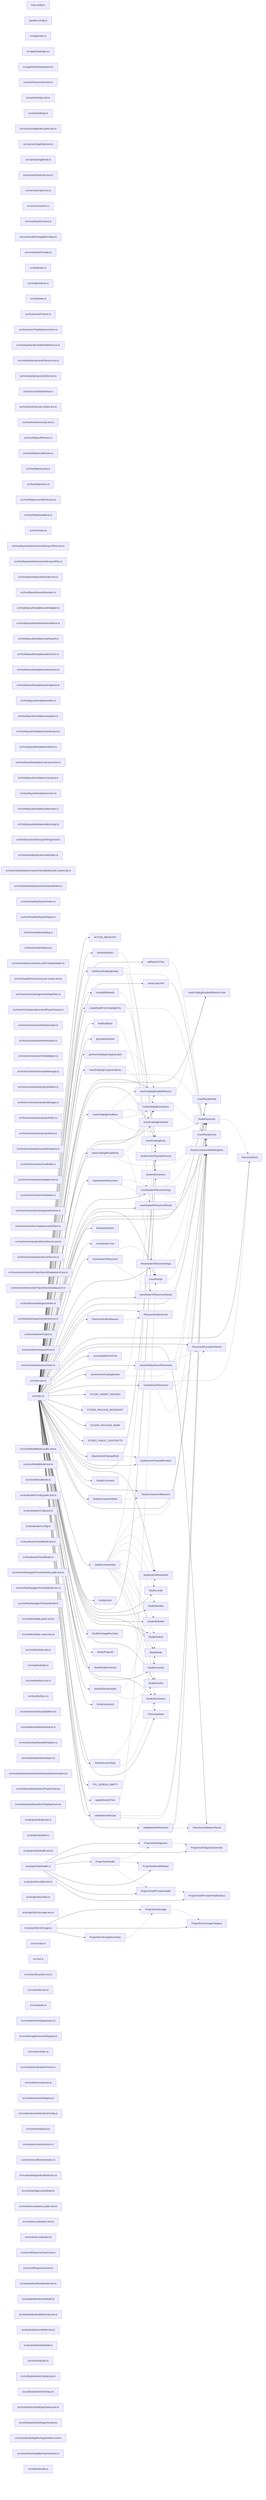
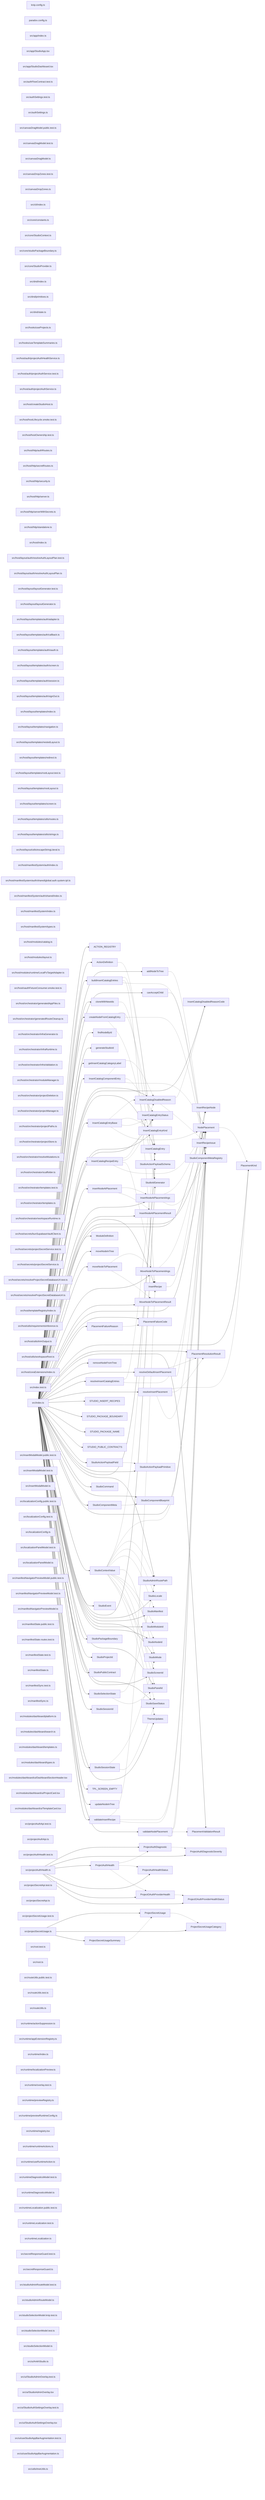
graph LR
  module_knip_config_ts["knip.config.ts"]
  module_paradox_config_ts["paradox.config.ts"]
  module_src_app_index_ts["src/app/index.ts"]
  module_src_app_StudioApp_tsx["src/app/StudioApp.tsx"]
  module_src_app_StudioDashboard_tsx["src/app/StudioDashboard.tsx"]
  module_src_authFlowContract_test_ts["src/authFlowContract.test.ts"]
  module_src_authSettings_test_ts["src/authSettings.test.ts"]
  module_src_authSettings_ts["src/authSettings.ts"]
  module_src_canvasDragModel_public_test_ts["src/canvasDragModel.public.test.ts"]
  module_src_canvasDragModel_test_ts["src/canvasDragModel.test.ts"]
  module_src_canvasDragModel_ts["src/canvasDragModel.ts"]
  module_src_canvasDropZones_test_ts["src/canvasDropZones.test.ts"]
  module_src_canvasDropZones_ts["src/canvasDropZones.ts"]
+   module_src_cli_index_ts["src/cli/index.ts"]
  module_src_core_constants_ts["src/core/constants.ts"]
  module_src_core_StudioContext_ts["src/core/StudioContext.ts"]
  module_src_core_studioPackageBoundary_ts["src/core/studioPackageBoundary.ts"]
  module_src_core_StudioProvider_ts["src/core/StudioProvider.ts"]
  module_src_dnd_index_ts["src/dnd/index.ts"]
  module_src_dnd_primitives_ts["src/dnd/primitives.ts"]
  module_src_dnd_state_ts["src/dnd/state.ts"]
  module_src_hooks_useProjects_ts["src/hooks/useProjects.ts"]
  module_src_hooks_useTemplateSummaries_ts["src/hooks/useTemplateSummaries.ts"]
  module_src_host_auth_projectAuthHealthService_ts["src/host/auth/projectAuthHealthService.ts"]
  module_src_host_auth_projectAuthService_test_ts["src/host/auth/projectAuthService.test.ts"]
  module_src_host_auth_projectAuthService_ts["src/host/auth/projectAuthService.ts"]
  module_src_host_createStudioHost_ts["src/host/createStudioHost.ts"]
  module_src_host_hostLifecycle_smoke_test_ts["src/host/hostLifecycle.smoke.test.ts"]
  module_src_host_hostOwnership_test_ts["src/host/hostOwnership.test.ts"]
  module_src_host_http_authRoutes_ts["src/host/http/authRoutes.ts"]
  module_src_host_http_secretRoutes_ts["src/host/http/secretRoutes.ts"]
  module_src_host_http_security_ts["src/host/http/security.ts"]
  module_src_host_http_server_ts["src/host/http/server.ts"]
  module_src_host_http_serverWithSecrets_ts["src/host/http/serverWithSecrets.ts"]
  module_src_host_http_standalone_ts["src/host/http/standalone.ts"]
  module_src_host_index_ts["src/host/index.ts"]
  module_src_host_layout_auth_resolveAuthLayoutPlan_test_ts["src/host/layout/auth/resolveAuthLayoutPlan.test.ts"]
  module_src_host_layout_auth_resolveAuthLayoutPlan_ts["src/host/layout/auth/resolveAuthLayoutPlan.ts"]
  module_src_host_layout_layoutGenerator_test_ts["src/host/layout/layoutGenerator.test.ts"]
  module_src_host_layout_layoutGenerator_ts["src/host/layout/layoutGenerator.ts"]
  module_src_host_layout_templates_auth_adapter_ts["src/host/layout/templates/auth/adapter.ts"]
  module_src_host_layout_templates_auth_callback_ts["src/host/layout/templates/auth/callback.ts"]
  module_src_host_layout_templates_auth_oauth_ts["src/host/layout/templates/auth/oauth.ts"]
  module_src_host_layout_templates_auth_screen_ts["src/host/layout/templates/auth/screen.ts"]
  module_src_host_layout_templates_auth_session_ts["src/host/layout/templates/auth/session.ts"]
  module_src_host_layout_templates_auth_signOut_ts["src/host/layout/templates/auth/signOut.ts"]
  module_src_host_layout_templates_index_ts["src/host/layout/templates/index.ts"]
  module_src_host_layout_templates_navigation_ts["src/host/layout/templates/navigation.ts"]
  module_src_host_layout_templates_nestedLayout_ts["src/host/layout/templates/nestedLayout.ts"]
  module_src_host_layout_templates_redirect_ts["src/host/layout/templates/redirect.ts"]
  module_src_host_layout_templates_rootLayout_test_ts["src/host/layout/templates/rootLayout.test.ts"]
  module_src_host_layout_templates_rootLayout_ts["src/host/layout/templates/rootLayout.ts"]
  module_src_host_layout_templates_screen_ts["src/host/layout/templates/screen.ts"]
  module_src_host_layout_templates_utils_routes_ts["src/host/layout/templates/utils/routes.ts"]
  module_src_host_layout_templates_utils_strings_ts["src/host/layout/templates/utils/strings.ts"]
  module_src_host_layout_utils_escapeStringLiteral_ts["src/host/layout/utils/escapeStringLiteral.ts"]
  module_src_host_manifestSystem_auth_index_ts["src/host/manifestSystem/auth/index.ts"]
  module_src_host_manifestSystem_auth_shared_global_auth_system_tpl_ts["src/host/manifestSystem/auth/shared/global.auth.system.tpl.ts"]
  module_src_host_manifestSystem_auth_shared_index_ts["src/host/manifestSystem/auth/shared/index.ts"]
  module_src_host_manifestSystem_index_ts["src/host/manifestSystem/index.ts"]
  module_src_host_manifestSystem_types_ts["src/host/manifestSystem/types.ts"]
  module_src_host_modules_catalog_ts["src/host/modules/catalog.ts"]
  module_src_host_modules_layout_ts["src/host/modules/layout.ts"]
  module_src_host_modules_runtime_LocalFsTargetAdapter_ts["src/host/modules/runtime/LocalFsTargetAdapter.ts"]
  module_src_host_oauthFixtureConsumer_smoke_test_ts["src/host/oauthFixtureConsumer.smoke.test.ts"]
  module_src_host_orchestrator_generatedAppFiles_ts["src/host/orchestrator/generatedAppFiles.ts"]
  module_src_host_orchestrator_generatedRouteCleanup_ts["src/host/orchestrator/generatedRouteCleanup.ts"]
  module_src_host_orchestrator_infraGenerator_ts["src/host/orchestrator/infraGenerator.ts"]
  module_src_host_orchestrator_infraRuntime_ts["src/host/orchestrator/infraRuntime.ts"]
  module_src_host_orchestrator_infraValidation_ts["src/host/orchestrator/infraValidation.ts"]
  module_src_host_orchestrator_moduleManager_ts["src/host/orchestrator/moduleManager.ts"]
  module_src_host_orchestrator_projectDeletion_ts["src/host/orchestrator/projectDeletion.ts"]
  module_src_host_orchestrator_projectManager_ts["src/host/orchestrator/projectManager.ts"]
  module_src_host_orchestrator_projectPaths_ts["src/host/orchestrator/projectPaths.ts"]
  module_src_host_orchestrator_projectStore_ts["src/host/orchestrator/projectStore.ts"]
  module_src_host_orchestrator_resolveMutations_ts["src/host/orchestrator/resolveMutations.ts"]
  module_src_host_orchestrator_scaffolder_ts["src/host/orchestrator/scaffolder.ts"]
  module_src_host_orchestrator_templates_test_ts["src/host/orchestrator/templates.test.ts"]
  module_src_host_orchestrator_templates_ts["src/host/orchestrator/templates.ts"]
  module_src_host_orchestrator_workspaceRuntime_ts["src/host/orchestrator/workspaceRuntime.ts"]
  module_src_host_secrets_bunSupabaseVaultClient_ts["src/host/secrets/bunSupabaseVaultClient.ts"]
  module_src_host_secrets_projectSecretService_test_ts["src/host/secrets/projectSecretService.test.ts"]
  module_src_host_secrets_projectSecretService_ts["src/host/secrets/projectSecretService.ts"]
  module_src_host_secrets_resolveProjectSecretDatabaseUrl_test_ts["src/host/secrets/resolveProjectSecretDatabaseUrl.test.ts"]
  module_src_host_secrets_resolveProjectSecretDatabaseUrl_ts["src/host/secrets/resolveProjectSecretDatabaseUrl.ts"]
  module_src_host_templateRegistry_index_ts["src/host/templateRegistry/index.ts"]
  module_src_host_utils_requirementsInference_ts["src/host/utils/requirementsInference.ts"]
  module_src_host_utils_trimOutput_ts["src/host/utils/trimOutput.ts"]
  module_src_host_utils_workspaceRoot_ts["src/host/utils/workspaceRoot.ts"]
  module_src_host_zoraExtensions_index_ts["src/host/zoraExtensions/index.ts"]
  module_src_index_test_ts["src/index.test.ts"]
  module_src_index_ts["src/index.ts"]
  module_src_insertModalModel_public_test_ts["src/insertModalModel.public.test.ts"]
  module_src_insertModalModel_test_ts["src/insertModalModel.test.ts"]
  module_src_insertModalModel_ts["src/insertModalModel.ts"]
  module_src_localizationConfig_public_test_ts["src/localizationConfig.public.test.ts"]
  module_src_localizationConfig_test_ts["src/localizationConfig.test.ts"]
  module_src_localizationConfig_ts["src/localizationConfig.ts"]
  module_src_localizationPanelModel_test_ts["src/localizationPanelModel.test.ts"]
  module_src_localizationPanelModel_ts["src/localizationPanelModel.ts"]
  module_src_manifestNavigatorPreviewModel_public_test_ts["src/manifestNavigatorPreviewModel.public.test.ts"]
  module_src_manifestNavigatorPreviewModel_test_ts["src/manifestNavigatorPreviewModel.test.ts"]
  module_src_manifestNavigatorPreviewModel_ts["src/manifestNavigatorPreviewModel.ts"]
  module_src_manifestState_public_test_ts["src/manifestState.public.test.ts"]
  module_src_manifestState_routes_test_ts["src/manifestState.routes.test.ts"]
  module_src_manifestState_test_ts["src/manifestState.test.ts"]
  module_src_manifestState_ts["src/manifestState.ts"]
  module_src_manifestSync_test_ts["src/manifestSync.test.ts"]
  module_src_manifestSync_ts["src/manifestSync.ts"]
  module_src_modules_dashboard_platform_ts["src/modules/dashboard/platform.ts"]
  module_src_modules_dashboard_search_ts["src/modules/dashboard/search.ts"]
  module_src_modules_dashboard_templates_ts["src/modules/dashboard/templates.ts"]
  module_src_modules_dashboard_types_ts["src/modules/dashboard/types.ts"]
  module_src_modules_dashboard_ui_DashboardSectionHeader_tsx["src/modules/dashboard/ui/DashboardSectionHeader.tsx"]
  module_src_modules_dashboard_ui_ProjectCard_tsx["src/modules/dashboard/ui/ProjectCard.tsx"]
  module_src_modules_dashboard_ui_TemplateCard_tsx["src/modules/dashboard/ui/TemplateCard.tsx"]
  module_src_projectAuthApi_test_ts["src/projectAuthApi.test.ts"]
  module_src_projectAuthApi_ts["src/projectAuthApi.ts"]
  module_src_projectAuthHealth_test_ts["src/projectAuthHealth.test.ts"]
  module_src_projectAuthHealth_ts["src/projectAuthHealth.ts"]
  module_src_projectSecretApi_test_ts["src/projectSecretApi.test.ts"]
  module_src_projectSecretApi_ts["src/projectSecretApi.ts"]
  module_src_projectSecretUsage_test_ts["src/projectSecretUsage.test.ts"]
  module_src_projectSecretUsage_ts["src/projectSecretUsage.ts"]
  module_src_root_test_ts["src/root.test.ts"]
  module_src_root_ts["src/root.ts"]
  module_src_routeUtils_public_test_ts["src/routeUtils.public.test.ts"]
  module_src_routeUtils_test_ts["src/routeUtils.test.ts"]
  module_src_routeUtils_ts["src/routeUtils.ts"]
  module_src_runtime_actionSuppression_ts["src/runtime/actionSuppression.ts"]
  module_src_runtime_appExtensionRegistry_ts["src/runtime/appExtensionRegistry.ts"]
  module_src_runtime_index_ts["src/runtime/index.ts"]
  module_src_runtime_localizationPreview_ts["src/runtime/localizationPreview.ts"]
  module_src_runtime_overlay_test_ts["src/runtime/overlay.test.ts"]
  module_src_runtime_previewRegistry_ts["src/runtime/previewRegistry.ts"]
  module_src_runtime_previewRuntimeConfig_ts["src/runtime/previewRuntimeConfig.ts"]
  module_src_runtime_registry_tsx["src/runtime/registry.tsx"]
  module_src_runtime_runtimeActions_ts["src/runtime/runtimeActions.ts"]
  module_src_runtime_useRuntimeAction_ts["src/runtime/useRuntimeAction.ts"]
  module_src_runtimeDiagnosticsModel_test_ts["src/runtimeDiagnosticsModel.test.ts"]
  module_src_runtimeDiagnosticsModel_ts["src/runtimeDiagnosticsModel.ts"]
  module_src_runtimeLocalization_public_test_ts["src/runtimeLocalization.public.test.ts"]
  module_src_runtimeLocalization_test_ts["src/runtimeLocalization.test.ts"]
  module_src_runtimeLocalization_ts["src/runtimeLocalization.ts"]
  module_src_secretResponseGuard_test_ts["src/secretResponseGuard.test.ts"]
  module_src_secretResponseGuard_ts["src/secretResponseGuard.ts"]
  module_src_studioAdminRouteModel_test_ts["src/studioAdminRouteModel.test.ts"]
  module_src_studioAdminRouteModel_ts["src/studioAdminRouteModel.ts"]
  module_src_studioSelectionModel_knip_test_ts["src/studioSelectionModel.knip.test.ts"]
  module_src_studioSelectionModel_test_ts["src/studioSelectionModel.test.ts"]
  module_src_studioSelectionModel_ts["src/studioSelectionModel.ts"]
  module_src_ui_AnkhStudio_ts["src/ui/AnkhStudio.ts"]
  module_src_ui_StudioAdminOverlay_test_ts["src/ui/StudioAdminOverlay.test.ts"]
  module_src_ui_StudioAdminOverlay_tsx["src/ui/StudioAdminOverlay.tsx"]
  module_src_ui_StudioAuthSettingsOverlay_test_ts["src/ui/StudioAuthSettingsOverlay.test.ts"]
  module_src_ui_StudioAuthSettingsOverlay_tsx["src/ui/StudioAuthSettingsOverlay.tsx"]
  module_src_ui_useStudioAppBarAugmentation_test_ts["src/ui/useStudioAppBarAugmentation.test.ts"]
  module_src_ui_useStudioAppBarAugmentation_ts["src/ui/useStudioAppBarAugmentation.ts"]
  module_src_utils_treeUtils_ts["src/utils/treeUtils.ts"]
  export_ACTION_REGISTRY["ACTION_REGISTRY"]
  module_src_index_ts --> export_ACTION_REGISTRY
  export_ActionDefinition["ActionDefinition"]
  module_src_index_ts --> export_ActionDefinition
  export_ActionDefinition -.-> export_StudioActionPayloadSchema
  export_addNodeToTree["addNodeToTree"]
  module_src_index_ts --> export_addNodeToTree
  export_addNodeToTree -.-> export_StudioComponentMetaRegistry
  export_buildInsertCatalogEntries["buildInsertCatalogEntries"]
  module_src_index_ts --> export_buildInsertCatalogEntries
  export_buildInsertCatalogEntries -.-> export_InsertCatalogEntry
  export_buildInsertCatalogEntries -.-> export_InsertRecipe
  export_buildInsertCatalogEntries -.-> export_StudioComponentMetaRegistry
  export_canAcceptChild["canAcceptChild"]
  module_src_index_ts --> export_canAcceptChild
  export_canAcceptChild -.-> export_StudioComponentMetaRegistry
  export_cloneWithNewIds["cloneWithNewIds"]
  module_src_index_ts --> export_cloneWithNewIds
  export_cloneWithNewIds -.-> export_StudioIdGenerator
  export_createNodeFromCatalogEntry["createNodeFromCatalogEntry"]
  module_src_index_ts --> export_createNodeFromCatalogEntry
  export_createNodeFromCatalogEntry -.-> export_InsertCatalogEntry
  export_createNodeFromCatalogEntry -.-> export_StudioComponentMetaRegistry
  export_createNodeFromCatalogEntry -.-> export_StudioIdGenerator
  export_findNodeById["findNodeById"]
  module_src_index_ts --> export_findNodeById
  export_generateStudioId["generateStudioId"]
  module_src_index_ts --> export_generateStudioId
  export_getInsertCatalogCategoryLabel["getInsertCatalogCategoryLabel"]
  module_src_index_ts --> export_getInsertCatalogCategoryLabel
  export_InsertCatalogComponentEntry["InsertCatalogComponentEntry"]
  module_src_index_ts --> export_InsertCatalogComponentEntry
  export_InsertCatalogComponentEntry -.-> export_InsertCatalogDisabledReason
  export_InsertCatalogComponentEntry -.-> export_InsertCatalogEntryStatus
  export_InsertCatalogComponentEntry -.-> export_NodePlacement
  export_InsertCatalogDisabledReason["InsertCatalogDisabledReason"]
  module_src_index_ts --> export_InsertCatalogDisabledReason
  export_InsertCatalogDisabledReason -.-> export_InsertCatalogDisabledReasonCode
  export_InsertCatalogDisabledReason -.-> export_InsertRecipeIssue
  export_InsertCatalogDisabledReasonCode["InsertCatalogDisabledReasonCode"]
  module_src_index_ts --> export_InsertCatalogDisabledReasonCode
  export_InsertCatalogEntry["InsertCatalogEntry"]
  module_src_index_ts --> export_InsertCatalogEntry
  export_InsertCatalogEntryBase["InsertCatalogEntryBase"]
  module_src_index_ts --> export_InsertCatalogEntryBase
  export_InsertCatalogEntryBase -.-> export_InsertCatalogDisabledReason
  export_InsertCatalogEntryBase -.-> export_InsertCatalogEntryKind
  export_InsertCatalogEntryBase -.-> export_InsertCatalogEntryStatus
  export_InsertCatalogEntryBase -.-> export_NodePlacement
  export_InsertCatalogEntryKind["InsertCatalogEntryKind"]
  module_src_index_ts --> export_InsertCatalogEntryKind
  export_InsertCatalogEntryStatus["InsertCatalogEntryStatus"]
  module_src_index_ts --> export_InsertCatalogEntryStatus
  export_InsertCatalogRecipeEntry["InsertCatalogRecipeEntry"]
  module_src_index_ts --> export_InsertCatalogRecipeEntry
  export_InsertCatalogRecipeEntry -.-> export_InsertCatalogDisabledReason
  export_InsertCatalogRecipeEntry -.-> export_InsertCatalogEntryStatus
  export_InsertCatalogRecipeEntry -.-> export_InsertRecipe
  export_InsertCatalogRecipeEntry -.-> export_NodePlacement
  export_insertNodeAtPlacement["insertNodeAtPlacement"]
  module_src_index_ts --> export_insertNodeAtPlacement
  export_insertNodeAtPlacement -.-> export_InsertNodeAtPlacementArgs
  export_insertNodeAtPlacement -.-> export_InsertNodeAtPlacementResult
  export_InsertNodeAtPlacementArgs["InsertNodeAtPlacementArgs"]
  module_src_index_ts --> export_InsertNodeAtPlacementArgs
  export_InsertNodeAtPlacementArgs -.-> export_NodePlacement
  export_InsertNodeAtPlacementArgs -.-> export_StudioComponentMetaRegistry
  export_InsertNodeAtPlacementResult["InsertNodeAtPlacementResult"]
  module_src_index_ts --> export_InsertNodeAtPlacementResult
  export_InsertRecipe["InsertRecipe"]
  module_src_index_ts --> export_InsertRecipe
  export_InsertRecipe -.-> export_InsertRecipeNode
  export_InsertRecipeIssue["InsertRecipeIssue"]
  module_src_index_ts --> export_InsertRecipeIssue
  export_InsertRecipeNode["InsertRecipeNode"]
  module_src_index_ts --> export_InsertRecipeNode
  export_ModuleDefinition["ModuleDefinition"]
  module_src_index_ts --> export_ModuleDefinition
  export_moveNodeInTree["moveNodeInTree"]
  module_src_index_ts --> export_moveNodeInTree
  export_moveNodeToPlacement["moveNodeToPlacement"]
  module_src_index_ts --> export_moveNodeToPlacement
  export_moveNodeToPlacement -.-> export_MoveNodeToPlacementArgs
  export_moveNodeToPlacement -.-> export_MoveNodeToPlacementResult
  export_MoveNodeToPlacementArgs["MoveNodeToPlacementArgs"]
  module_src_index_ts --> export_MoveNodeToPlacementArgs
  export_MoveNodeToPlacementArgs -.-> export_NodePlacement
  export_MoveNodeToPlacementArgs -.-> export_StudioComponentMetaRegistry
  export_MoveNodeToPlacementResult["MoveNodeToPlacementResult"]
  module_src_index_ts --> export_MoveNodeToPlacementResult
  export_NodePlacement["NodePlacement"]
  module_src_index_ts --> export_NodePlacement
  export_NodePlacement -.-> export_PlacementKind
  export_PlacementFailureCode["PlacementFailureCode"]
  module_src_index_ts --> export_PlacementFailureCode
  export_PlacementFailureReason["PlacementFailureReason"]
  module_src_index_ts --> export_PlacementFailureReason
  export_PlacementFailureReason -.-> export_PlacementFailureCode
  export_PlacementKind["PlacementKind"]
  module_src_index_ts --> export_PlacementKind
  export_PlacementResolutionResult["PlacementResolutionResult"]
  module_src_index_ts --> export_PlacementResolutionResult
  export_PlacementValidationResult["PlacementValidationResult"]
  module_src_index_ts --> export_PlacementValidationResult
  export_ProjectAuthDiagnostic["ProjectAuthDiagnostic"]
  module_src_projectAuthHealth_ts --> export_ProjectAuthDiagnostic
  export_ProjectAuthDiagnostic -.-> export_ProjectAuthDiagnosticSeverity
  export_ProjectAuthDiagnosticSeverity["ProjectAuthDiagnosticSeverity"]
  module_src_projectAuthHealth_ts --> export_ProjectAuthDiagnosticSeverity
  export_ProjectAuthHealth["ProjectAuthHealth"]
  module_src_projectAuthHealth_ts --> export_ProjectAuthHealth
  export_ProjectAuthHealth -.-> export_ProjectAuthDiagnostic
  export_ProjectAuthHealth -.-> export_ProjectAuthHealthStatus
  export_ProjectAuthHealth -.-> export_ProjectOAuthProviderHealth
  export_ProjectAuthHealthStatus["ProjectAuthHealthStatus"]
  module_src_projectAuthHealth_ts --> export_ProjectAuthHealthStatus
  export_ProjectOAuthProviderHealth["ProjectOAuthProviderHealth"]
  module_src_projectAuthHealth_ts --> export_ProjectOAuthProviderHealth
  export_ProjectOAuthProviderHealth -.-> export_ProjectOAuthProviderHealthStatus
  export_ProjectOAuthProviderHealthStatus["ProjectOAuthProviderHealthStatus"]
  module_src_projectAuthHealth_ts --> export_ProjectOAuthProviderHealthStatus
  export_ProjectSecretUsage["ProjectSecretUsage"]
  module_src_projectSecretUsage_ts --> export_ProjectSecretUsage
  export_ProjectSecretUsage -.-> export_ProjectSecretUsageCategory
  export_ProjectSecretUsageCategory["ProjectSecretUsageCategory"]
  module_src_projectSecretUsage_ts --> export_ProjectSecretUsageCategory
  export_ProjectSecretUsageSummary["ProjectSecretUsageSummary"]
  module_src_projectSecretUsage_ts --> export_ProjectSecretUsageSummary
  export_ProjectSecretUsageSummary -.-> export_ProjectSecretUsage
  export_removeNodeFromTree["removeNodeFromTree"]
  module_src_index_ts --> export_removeNodeFromTree
  export_resolveDefaultInsertPlacement["resolveDefaultInsertPlacement"]
  module_src_index_ts --> export_resolveDefaultInsertPlacement
  export_resolveDefaultInsertPlacement -.-> export_PlacementResolutionResult
  export_resolveDefaultInsertPlacement -.-> export_StudioComponentMetaRegistry
  export_resolveInsertCatalogEntries["resolveInsertCatalogEntries"]
  module_src_index_ts --> export_resolveInsertCatalogEntries
  export_resolveInsertCatalogEntries -.-> export_InsertCatalogEntry
  export_resolveInsertCatalogEntries -.-> export_StudioComponentMetaRegistry
  export_resolveInsertPlacement["resolveInsertPlacement"]
  module_src_index_ts --> export_resolveInsertPlacement
  export_resolveInsertPlacement -.-> export_PlacementKind
  export_resolveInsertPlacement -.-> export_PlacementResolutionResult
  export_resolveInsertPlacement -.-> export_StudioComponentMetaRegistry
  export_STUDIO_INSERT_RECIPES["STUDIO_INSERT_RECIPES"]
  module_src_index_ts --> export_STUDIO_INSERT_RECIPES
  export_STUDIO_PACKAGE_BOUNDARY["STUDIO_PACKAGE_BOUNDARY"]
  module_src_index_ts --> export_STUDIO_PACKAGE_BOUNDARY
  export_STUDIO_PACKAGE_NAME["STUDIO_PACKAGE_NAME"]
  module_src_index_ts --> export_STUDIO_PACKAGE_NAME
  export_STUDIO_PUBLIC_CONTRACTS["STUDIO_PUBLIC_CONTRACTS"]
  module_src_index_ts --> export_STUDIO_PUBLIC_CONTRACTS
  export_StudioActionPayloadField["StudioActionPayloadField"]
  module_src_index_ts --> export_StudioActionPayloadField
  export_StudioActionPayloadField -.-> export_StudioActionPayloadPrimitive
  export_StudioActionPayloadPrimitive["StudioActionPayloadPrimitive"]
  module_src_index_ts --> export_StudioActionPayloadPrimitive
  export_StudioActionPayloadSchema["StudioActionPayloadSchema"]
  module_src_index_ts --> export_StudioActionPayloadSchema
  export_StudioAdminRoutePath["StudioAdminRoutePath"]
  module_src_index_ts --> export_StudioAdminRoutePath
  export_StudioCommand["StudioCommand"]
  module_src_index_ts --> export_StudioCommand
  export_StudioComponentBlueprint["StudioComponentBlueprint"]
  module_src_index_ts --> export_StudioComponentBlueprint
  export_StudioComponentMeta["StudioComponentMeta"]
  module_src_index_ts --> export_StudioComponentMeta
  export_StudioComponentMeta -.-> export_StudioComponentBlueprint
  export_StudioComponentMetaRegistry["StudioComponentMetaRegistry"]
  module_src_index_ts --> export_StudioComponentMetaRegistry
  export_StudioContextValue["StudioContextValue"]
  module_src_index_ts --> export_StudioContextValue
  export_StudioContextValue -.-> export_InsertCatalogEntry
  export_StudioContextValue -.-> export_NodePlacement
  export_StudioContextValue -.-> export_StudioAdminRoutePath
  export_StudioContextValue -.-> export_StudioLocale
  export_StudioContextValue -.-> export_StudioManifest
  export_StudioContextValue -.-> export_StudioMode
  export_StudioContextValue -.-> export_StudioModuleId
  export_StudioContextValue -.-> export_StudioNodeId
  export_StudioContextValue -.-> export_StudioPanelId
  export_StudioContextValue -.-> export_StudioSaveStatus
  export_StudioContextValue -.-> export_StudioScreenId
  export_StudioContextValue -.-> export_ThemeUpdates
  export_StudioEvent["StudioEvent"]
  module_src_index_ts --> export_StudioEvent
  export_StudioIdGenerator["StudioIdGenerator"]
  module_src_index_ts --> export_StudioIdGenerator
  export_StudioLocale["StudioLocale"]
  module_src_index_ts --> export_StudioLocale
  export_StudioManifest["StudioManifest"]
  module_src_index_ts --> export_StudioManifest
  export_StudioMode["StudioMode"]
  module_src_index_ts --> export_StudioMode
  export_StudioModuleId["StudioModuleId"]
  module_src_index_ts --> export_StudioModuleId
  export_StudioNodeId["StudioNodeId"]
  module_src_index_ts --> export_StudioNodeId
  export_StudioPackageBoundary["StudioPackageBoundary"]
  module_src_index_ts --> export_StudioPackageBoundary
  export_StudioPanelId["StudioPanelId"]
  module_src_index_ts --> export_StudioPanelId
  export_StudioProjectId["StudioProjectId"]
  module_src_index_ts --> export_StudioProjectId
  export_StudioPublicContract["StudioPublicContract"]
  module_src_index_ts --> export_StudioPublicContract
  export_StudioSaveStatus["StudioSaveStatus"]
  module_src_index_ts --> export_StudioSaveStatus
  export_StudioScreenId["StudioScreenId"]
  module_src_index_ts --> export_StudioScreenId
  export_StudioSelectionState["StudioSelectionState"]
  module_src_index_ts --> export_StudioSelectionState
  export_StudioSelectionState -.-> export_StudioAdminRoutePath
  export_StudioSelectionState -.-> export_StudioPanelId
  export_StudioSessionId["StudioSessionId"]
  module_src_index_ts --> export_StudioSessionId
  export_StudioSessionState["StudioSessionState"]
  module_src_index_ts --> export_StudioSessionState
  export_StudioSessionState -.-> export_StudioMode
  export_StudioSessionState -.-> export_StudioSaveStatus
  export_ThemeUpdates["ThemeUpdates"]
  module_src_index_ts --> export_ThemeUpdates
  export_TPL_SCREEN_EMPTY["TPL_SCREEN_EMPTY"]
  module_src_index_ts --> export_TPL_SCREEN_EMPTY
  export_updateNodeInTree["updateNodeInTree"]
  module_src_index_ts --> export_updateNodeInTree
  export_validateInsertRecipe["validateInsertRecipe"]
  module_src_index_ts --> export_validateInsertRecipe
  export_validateInsertRecipe -.-> export_InsertRecipe
  export_validateInsertRecipe -.-> export_InsertRecipeIssue
  export_validateInsertRecipe -.-> export_StudioComponentMetaRegistry
  export_validateNodePlacement["validateNodePlacement"]
  module_src_index_ts --> export_validateNodePlacement
  export_validateNodePlacement -.-> export_NodePlacement
  export_validateNodePlacement -.-> export_PlacementValidationResult
  export_validateNodePlacement -.-> export_StudioComponentMetaRegistry
